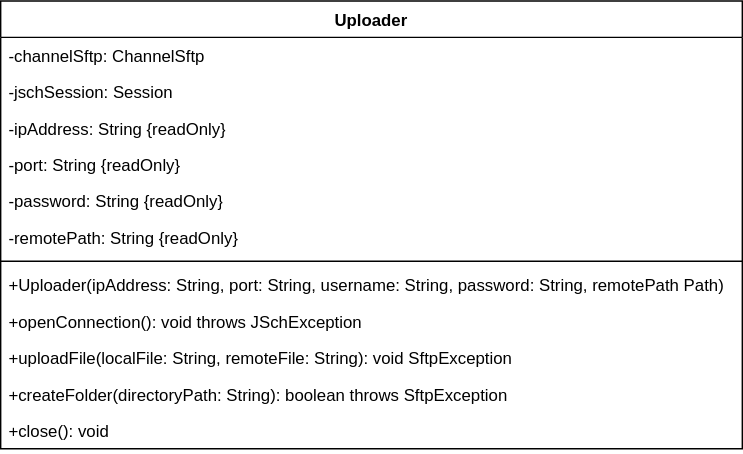
Above: resources/uploader_class.svg in zeynalovva/application-updater (draw.io), before the change. Source tidied: cells renumbered, new cells last; positions are measured from the earlier drawing's top-left corner, leaving out a move shared by most shapes.
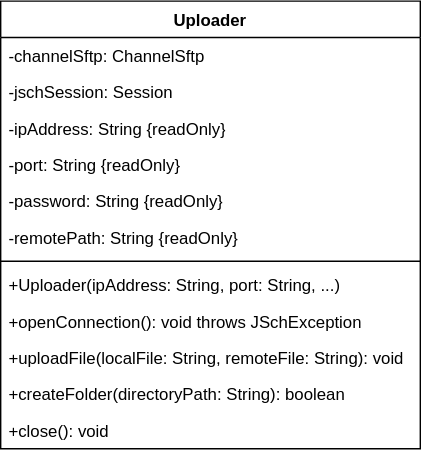
After the commit.

Commit message:
UML diagrams changed

The edit, as a diff of the source:
```diff
@@ -3,43 +3,43 @@
     <mxCell id="0" />
     <mxCell id="1" parent="0" />
     <mxCell id="2" value="Uploader" style="swimlane;fontStyle=1;align=center;verticalAlign=top;horizontal=1;startSize=26;whiteSpace=wrap;html=1;" parent="1" vertex="1">
-      <mxGeometry width="530" height="320" as="geometry" />
+      <mxGeometry width="300" height="320" as="geometry" />
     </mxCell>
     <mxCell id="3" value="-channelSftp: ChannelSftp" style="text;strokeColor=none;fillColor=none;align=left;verticalAlign=top;spacingLeft=4;spacingRight=4;overflow=hidden;whiteSpace=wrap;html=1;" parent="2" vertex="1">
-      <mxGeometry y="26" width="530" height="26" as="geometry" />
+      <mxGeometry y="26" width="300" height="26" as="geometry" />
     </mxCell>
     <mxCell id="4" value="&lt;div&gt;-jschSession: Session&lt;/div&gt;" style="text;strokeColor=none;fillColor=none;align=left;verticalAlign=top;spacingLeft=4;spacingRight=4;overflow=hidden;whiteSpace=wrap;html=1;" parent="2" vertex="1">
-      <mxGeometry y="52" width="530" height="26" as="geometry" />
+      <mxGeometry y="52" width="300" height="26" as="geometry" />
     </mxCell>
     <mxCell id="5" value="&lt;div&gt;-ipAddress: String {readOnly}&lt;/div&gt;" style="text;strokeColor=none;fillColor=none;align=left;verticalAlign=top;spacingLeft=4;spacingRight=4;overflow=hidden;whiteSpace=wrap;html=1;" parent="2" vertex="1">
-      <mxGeometry y="78" width="530" height="26" as="geometry" />
+      <mxGeometry y="78" width="300" height="26" as="geometry" />
     </mxCell>
     <mxCell id="6" value="-port: String {readOnly}" style="text;strokeColor=none;fillColor=none;align=left;verticalAlign=top;spacingLeft=4;spacingRight=4;overflow=hidden;whiteSpace=wrap;html=1;" parent="2" vertex="1">
-      <mxGeometry y="104" width="530" height="26" as="geometry" />
+      <mxGeometry y="104" width="300" height="26" as="geometry" />
     </mxCell>
     <mxCell id="7" value="-password: String {readOnly}" style="text;strokeColor=none;fillColor=none;align=left;verticalAlign=top;spacingLeft=4;spacingRight=4;overflow=hidden;whiteSpace=wrap;html=1;" parent="2" vertex="1">
-      <mxGeometry y="130" width="530" height="26" as="geometry" />
+      <mxGeometry y="130" width="300" height="26" as="geometry" />
     </mxCell>
     <mxCell id="8" value="-remotePath: String {readOnly}" style="text;strokeColor=none;fillColor=none;align=left;verticalAlign=top;spacingLeft=4;spacingRight=4;overflow=hidden;whiteSpace=wrap;html=1;" parent="2" vertex="1">
-      <mxGeometry y="156" width="530" height="26" as="geometry" />
+      <mxGeometry y="156" width="300" height="26" as="geometry" />
     </mxCell>
     <mxCell id="9" style="line;strokeWidth=1;fillColor=none;align=left;verticalAlign=middle;spacingTop=-1;spacingLeft=3;spacingRight=3;labelPosition=right;strokeColor=inherit;" parent="2" vertex="1">
-      <mxGeometry y="182" width="530" height="8" as="geometry" />
+      <mxGeometry y="182" width="300" height="8" as="geometry" />
     </mxCell>
-    <mxCell id="10" value="+Uploader(ipAddress: String, port: String, username: String, password: String, remotePath Path)" style="text;strokeColor=none;fillColor=none;align=left;verticalAlign=top;spacingLeft=4;spacingRight=4;overflow=hidden;whiteSpace=wrap;html=1;" parent="2" vertex="1">
-      <mxGeometry y="190" width="530" height="26" as="geometry" />
+    <mxCell id="10" value="+Uploader(ipAddress: String, port: String, ...)" style="text;strokeColor=none;fillColor=none;align=left;verticalAlign=top;spacingLeft=4;spacingRight=4;overflow=hidden;whiteSpace=wrap;html=1;" parent="2" vertex="1">
+      <mxGeometry y="190" width="300" height="26" as="geometry" />
     </mxCell>
     <mxCell id="11" value="+openConnection(): void throws JSchException" style="text;strokeColor=none;fillColor=none;align=left;verticalAlign=top;spacingLeft=4;spacingRight=4;overflow=hidden;whiteSpace=wrap;html=1;" parent="2" vertex="1">
-      <mxGeometry y="216" width="530" height="26" as="geometry" />
+      <mxGeometry y="216" width="300" height="26" as="geometry" />
     </mxCell>
-    <mxCell id="12" value="+uploadFile(localFile: String, remoteFile: String): void SftpException" style="text;strokeColor=none;fillColor=none;align=left;verticalAlign=top;spacingLeft=4;spacingRight=4;overflow=hidden;whiteSpace=wrap;html=1;" parent="2" vertex="1">
-      <mxGeometry y="242" width="530" height="26" as="geometry" />
+    <mxCell id="12" value="+uploadFile(localFile: String, remoteFile: String): void" style="text;strokeColor=none;fillColor=none;align=left;verticalAlign=top;spacingLeft=4;spacingRight=4;overflow=hidden;whiteSpace=wrap;html=1;" parent="2" vertex="1">
+      <mxGeometry y="242" width="300" height="26" as="geometry" />
     </mxCell>
-    <mxCell id="13" value="+createFolder(directoryPath: String): boolean throws SftpException" style="text;strokeColor=none;fillColor=none;align=left;verticalAlign=top;spacingLeft=4;spacingRight=4;overflow=hidden;whiteSpace=wrap;html=1;" parent="2" vertex="1">
-      <mxGeometry y="268" width="530" height="26" as="geometry" />
+    <mxCell id="13" value="+createFolder(directoryPath: String): boolean&amp;nbsp;" style="text;strokeColor=none;fillColor=none;align=left;verticalAlign=top;spacingLeft=4;spacingRight=4;overflow=hidden;whiteSpace=wrap;html=1;" parent="2" vertex="1">
+      <mxGeometry y="268" width="300" height="26" as="geometry" />
     </mxCell>
     <mxCell id="14" value="+close(): void" style="text;strokeColor=none;fillColor=none;align=left;verticalAlign=top;spacingLeft=4;spacingRight=4;overflow=hidden;whiteSpace=wrap;html=1;" parent="2" vertex="1">
-      <mxGeometry y="294" width="530" height="26" as="geometry" />
+      <mxGeometry y="294" width="300" height="26" as="geometry" />
     </mxCell>
   </root>
 </mxGraphModel>
```
